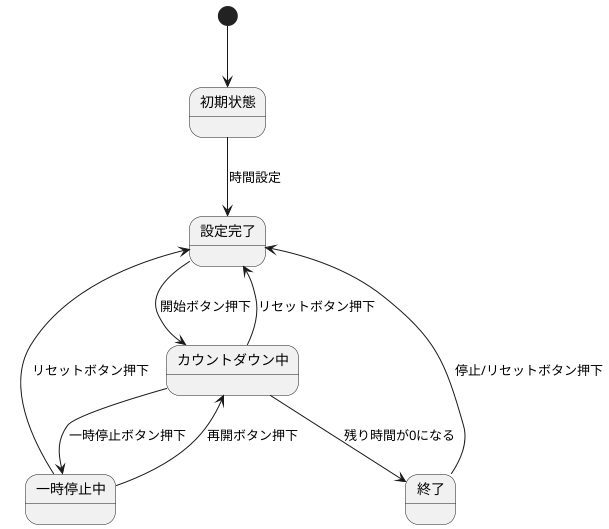
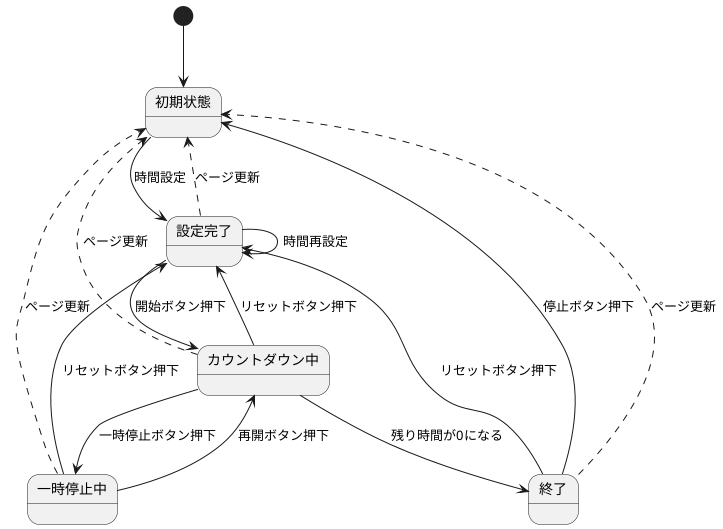
@startuml timer-uml

[*] --> 初期状態


初期状態 --> 設定完了 : 時間設定


設定完了 --> カウントダウン中 : 開始ボタン押下


カウントダウン中 --> 一時停止中  : 一時停止ボタン押下


一時停止中 --> カウントダウン中 : 再開ボタン押下


カウントダウン中 --> 終了 : 残り時間が0になる


- 終了 --> 設定完了 : 停止/リセットボタン押下
+ 終了 --> 初期状態 : 停止ボタン押下
+ 
+ 
+ 終了 --> 設定完了 : リセットボタン押下


カウントダウン中 --> 設定完了 : リセットボタン押下


一時停止中 --> 設定完了 : リセットボタン押下


+ 設定完了 --> 設定完了 : 時間再設定
+ 
+ 
+ 設定完了 -[dashed]-> 初期状態 : ページ更新
+ カウントダウン中 -[dashed]-> 初期状態 : ページ更新
+ 一時停止中 -[dashed]-> 初期状態 : ページ更新
+ 終了 -[dashed]-> 初期状態 : ページ更新
+ 
+ 
+ 
+ 
@enduml